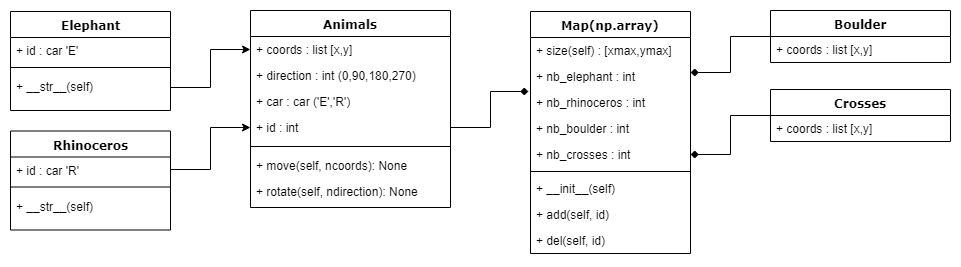
Before: Files/Siam.png, a diagram exported from draw.io (Teusner/Siam_Realm). Source tidied: cells renumbered, new cells last; positions are measured from the earlier drawing's top-left corner, leaving out a move shared by most shapes.
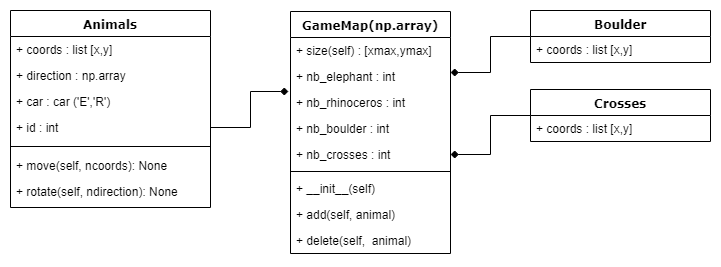
Above is the later version.

Commit message:
Updating the class diagram

What changed in the source:
```diff
@@ -8,7 +8,7 @@
     <mxCell id="3" value="+ coords : list [x,y]" style="text;html=1;strokeColor=none;fillColor=none;align=left;verticalAlign=top;spacingLeft=4;spacingRight=4;whiteSpace=wrap;overflow=hidden;points=[[0,0.5],[1,0.5]];portConstraint=eastwest;" parent="2" vertex="1">
       <mxGeometry y="26" width="200" height="26" as="geometry" />
     </mxCell>
-    <mxCell id="4" value="+ direction : int (0,90,180,270)&lt;br&gt;" style="text;html=1;strokeColor=none;fillColor=none;align=left;verticalAlign=top;spacingLeft=4;spacingRight=4;whiteSpace=wrap;overflow=hidden;" parent="2" vertex="1">
+    <mxCell id="4" value="+ direction : np.array&lt;br&gt;" style="text;html=1;strokeColor=none;fillColor=none;align=left;verticalAlign=top;spacingLeft=4;spacingRight=4;whiteSpace=wrap;overflow=hidden;" parent="2" vertex="1">
       <mxGeometry y="52" width="200" height="26" as="geometry" />
     </mxCell>
     <mxCell id="5" value="+ car : car ('E','R')" style="text;html=1;strokeColor=none;fillColor=none;align=left;verticalAlign=top;spacingLeft=4;spacingRight=4;whiteSpace=wrap;overflow=hidden;" parent="2" vertex="1">
@@ -26,19 +26,7 @@
     <mxCell id="9" value="+ rotate(self, ndirection): None" style="text;html=1;strokeColor=none;fillColor=none;align=left;verticalAlign=top;spacingLeft=4;spacingRight=4;whiteSpace=wrap;overflow=hidden;" parent="2" vertex="1">
       <mxGeometry y="168" width="200" height="28" as="geometry" />
     </mxCell>
-    <mxCell id="10" value="Elephant" style="swimlane;html=1;fontStyle=1;align=center;verticalAlign=top;horizontal=1;startSize=26;swimlaneFillColor=#ffffff;rounded=0;shadow=0;comic=0;labelBackgroundColor=none;strokeColor=#000000;strokeWidth=1;fillColor=none;fontFamily=Verdana;fontSize=12;fontColor=#000000;" parent="1" vertex="1">
-      <mxGeometry y="1" width="160" height="99" as="geometry" />
-    </mxCell>
-    <mxCell id="11" value="+ id : car 'E'" style="text;html=1;strokeColor=none;fillColor=none;align=left;verticalAlign=top;spacingLeft=4;spacingRight=4;whiteSpace=wrap;overflow=hidden;" parent="10" vertex="1">
-      <mxGeometry y="26" width="160" height="24" as="geometry" />
-    </mxCell>
-    <mxCell id="12" style="line;html=1;strokeWidth=1;fillColor=none;align=left;verticalAlign=middle;spacingTop=-1;spacingLeft=3;spacingRight=3;labelPosition=right;" parent="10" vertex="1">
-      <mxGeometry y="50" width="160" height="12" as="geometry" />
-    </mxCell>
-    <mxCell id="13" value="+ __str__(self)" style="text;html=1;strokeColor=none;fillColor=none;align=left;verticalAlign=top;spacingLeft=4;spacingRight=4;whiteSpace=wrap;overflow=hidden;points=[[0,0.5],[1,0.5]];portConstraint=eastwest;" parent="10" vertex="1">
-      <mxGeometry y="62" width="160" height="28" as="geometry" />
-    </mxCell>
-    <mxCell id="14" value="Map(np.array)" style="swimlane;html=1;fontStyle=1;align=center;verticalAlign=top;horizontal=1;startSize=26;swimlaneFillColor=#ffffff;rounded=0;shadow=0;comic=0;labelBackgroundColor=none;strokeColor=#000000;strokeWidth=1;fillColor=none;fontFamily=Verdana;fontSize=12;fontColor=#000000;" parent="1" vertex="1">
+    <mxCell id="14" value="GameMap(np.array)" style="swimlane;html=1;fontStyle=1;align=center;verticalAlign=top;horizontal=1;startSize=26;swimlaneFillColor=#ffffff;rounded=0;shadow=0;comic=0;labelBackgroundColor=none;strokeColor=#000000;strokeWidth=1;fillColor=none;fontFamily=Verdana;fontSize=12;fontColor=#000000;" parent="1" vertex="1">
       <mxGeometry x="520" y="1" width="160" height="242" as="geometry" />
     </mxCell>
     <mxCell id="15" value="+ size(self) : [xmax,ymax]" style="text;html=1;strokeColor=none;fillColor=none;align=left;verticalAlign=top;spacingLeft=4;spacingRight=4;whiteSpace=wrap;overflow=hidden;" parent="14" vertex="1">
@@ -62,24 +50,12 @@
     <mxCell id="21" value="+ __init__(self)" style="text;html=1;strokeColor=none;fillColor=none;align=left;verticalAlign=top;spacingLeft=4;spacingRight=4;whiteSpace=wrap;overflow=hidden;" parent="14" vertex="1">
       <mxGeometry y="164" width="160" height="26" as="geometry" />
     </mxCell>
-    <mxCell id="22" value="+ add(self, id)" style="text;html=1;strokeColor=none;fillColor=none;align=left;verticalAlign=top;spacingLeft=4;spacingRight=4;whiteSpace=wrap;overflow=hidden;" parent="14" vertex="1">
+    <mxCell id="22" value="+ add(self, animal)" style="text;html=1;strokeColor=none;fillColor=none;align=left;verticalAlign=top;spacingLeft=4;spacingRight=4;whiteSpace=wrap;overflow=hidden;" parent="14" vertex="1">
       <mxGeometry y="190" width="160" height="26" as="geometry" />
     </mxCell>
-    <mxCell id="23" value="+ del(self, id)" style="text;html=1;strokeColor=none;fillColor=none;align=left;verticalAlign=top;spacingLeft=4;spacingRight=4;whiteSpace=wrap;overflow=hidden;" parent="14" vertex="1">
+    <mxCell id="23" value="+ delete(self,&amp;nbsp; animal)" style="text;html=1;strokeColor=none;fillColor=none;align=left;verticalAlign=top;spacingLeft=4;spacingRight=4;whiteSpace=wrap;overflow=hidden;" parent="14" vertex="1">
       <mxGeometry y="216" width="160" height="26" as="geometry" />
     </mxCell>
-    <mxCell id="24" value="Rhinoceros" style="swimlane;html=1;fontStyle=1;align=center;verticalAlign=top;horizontal=1;startSize=26;swimlaneFillColor=#ffffff;rounded=0;shadow=0;comic=0;labelBackgroundColor=none;strokeColor=#000000;strokeWidth=1;fillColor=none;fontFamily=Verdana;fontSize=12;fontColor=#000000;" parent="1" vertex="1">
-      <mxGeometry y="120.5" width="160" height="99" as="geometry" />
-    </mxCell>
-    <mxCell id="25" value="+ id : car 'R'" style="text;html=1;strokeColor=none;fillColor=none;align=left;verticalAlign=top;spacingLeft=4;spacingRight=4;whiteSpace=wrap;overflow=hidden;points=[[0,0.5],[1,0.5]];portConstraint=eastwest;" parent="24" vertex="1">
-      <mxGeometry y="26" width="160" height="24" as="geometry" />
-    </mxCell>
-    <mxCell id="26" style="line;html=1;strokeWidth=1;fillColor=none;align=left;verticalAlign=middle;spacingTop=-1;spacingLeft=3;spacingRight=3;labelPosition=right;" parent="24" vertex="1">
-      <mxGeometry y="50" width="160" height="12" as="geometry" />
-    </mxCell>
-    <mxCell id="27" value="+ __str__(self)" style="text;html=1;strokeColor=none;fillColor=none;align=left;verticalAlign=top;spacingLeft=4;spacingRight=4;whiteSpace=wrap;overflow=hidden;" parent="24" vertex="1">
-      <mxGeometry y="62" width="160" height="28" as="geometry" />
-    </mxCell>
     <mxCell id="28" style="edgeStyle=orthogonalEdgeStyle;rounded=0;jettySize=auto;html=1;exitX=0;exitY=0.5;exitDx=0;exitDy=0;entryX=1;entryY=0.335;entryDx=0;entryDy=0;endArrow=diamond;endFill=1;entryPerimeter=0;" parent="1" edge="1" source="29" target="16">
       <mxGeometry relative="1" as="geometry" />
     </mxCell>
@@ -101,11 +77,5 @@
     <mxCell id="34" style="edgeStyle=orthogonalEdgeStyle;rounded=0;jettySize=auto;html=1;exitX=1;exitY=0.5;exitDx=0;exitDy=0;entryX=-0.012;entryY=0.082;entryDx=0;entryDy=0;endArrow=diamond;endFill=1;entryPerimeter=0;" parent="1" edge="1" source="6" target="17">
       <mxGeometry relative="1" as="geometry" />
     </mxCell>
-    <mxCell id="35" style="edgeStyle=orthogonalEdgeStyle;rounded=0;jettySize=auto;html=1;entryX=0;entryY=0.5;entryDx=0;entryDy=0;" parent="1" edge="1" source="25" target="6">
-      <mxGeometry relative="1" as="geometry" />
-    </mxCell>
-    <mxCell id="36" style="edgeStyle=orthogonalEdgeStyle;rounded=0;jettySize=auto;html=1;exitX=1;exitY=0.5;exitDx=0;exitDy=0;entryX=0;entryY=0.5;entryDx=0;entryDy=0;" parent="1" edge="1" source="13" target="3">
-      <mxGeometry relative="1" as="geometry" />
-    </mxCell>
   </root>
 </mxGraphModel>
```
